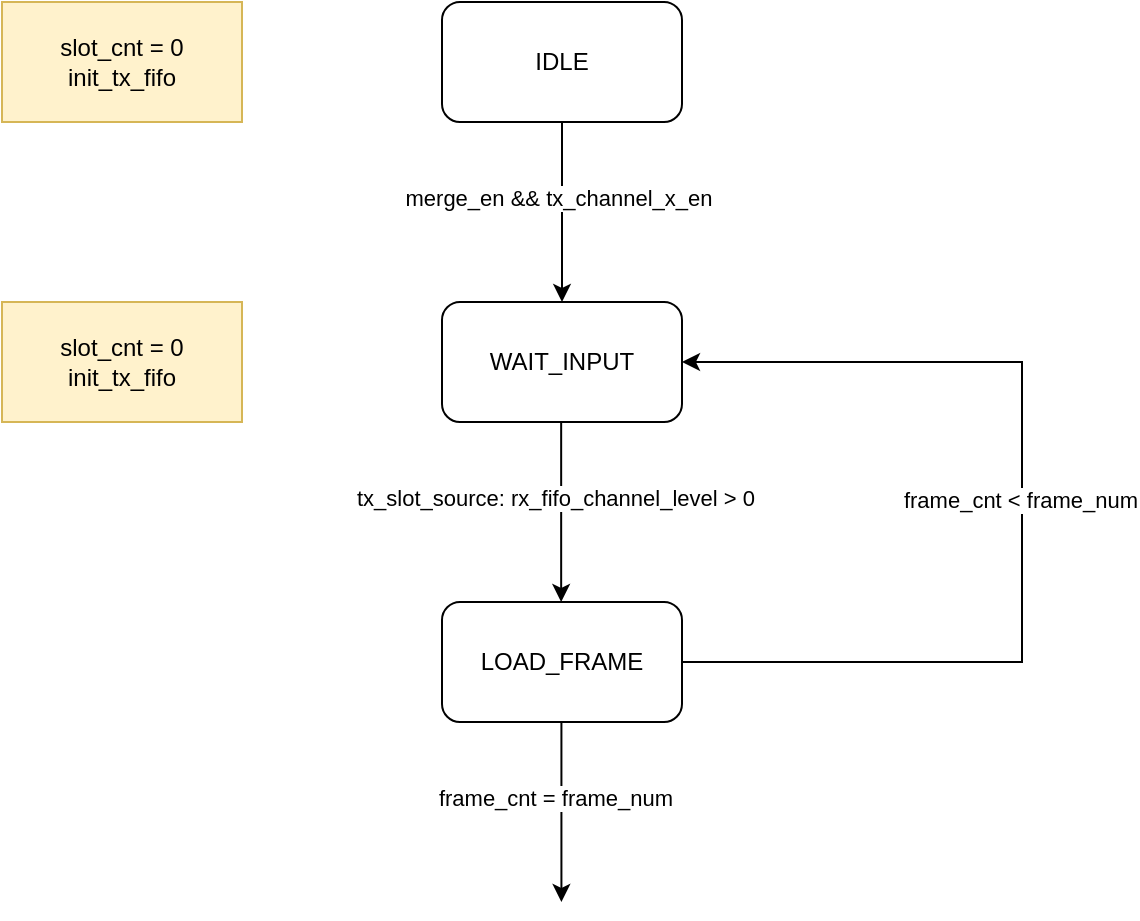
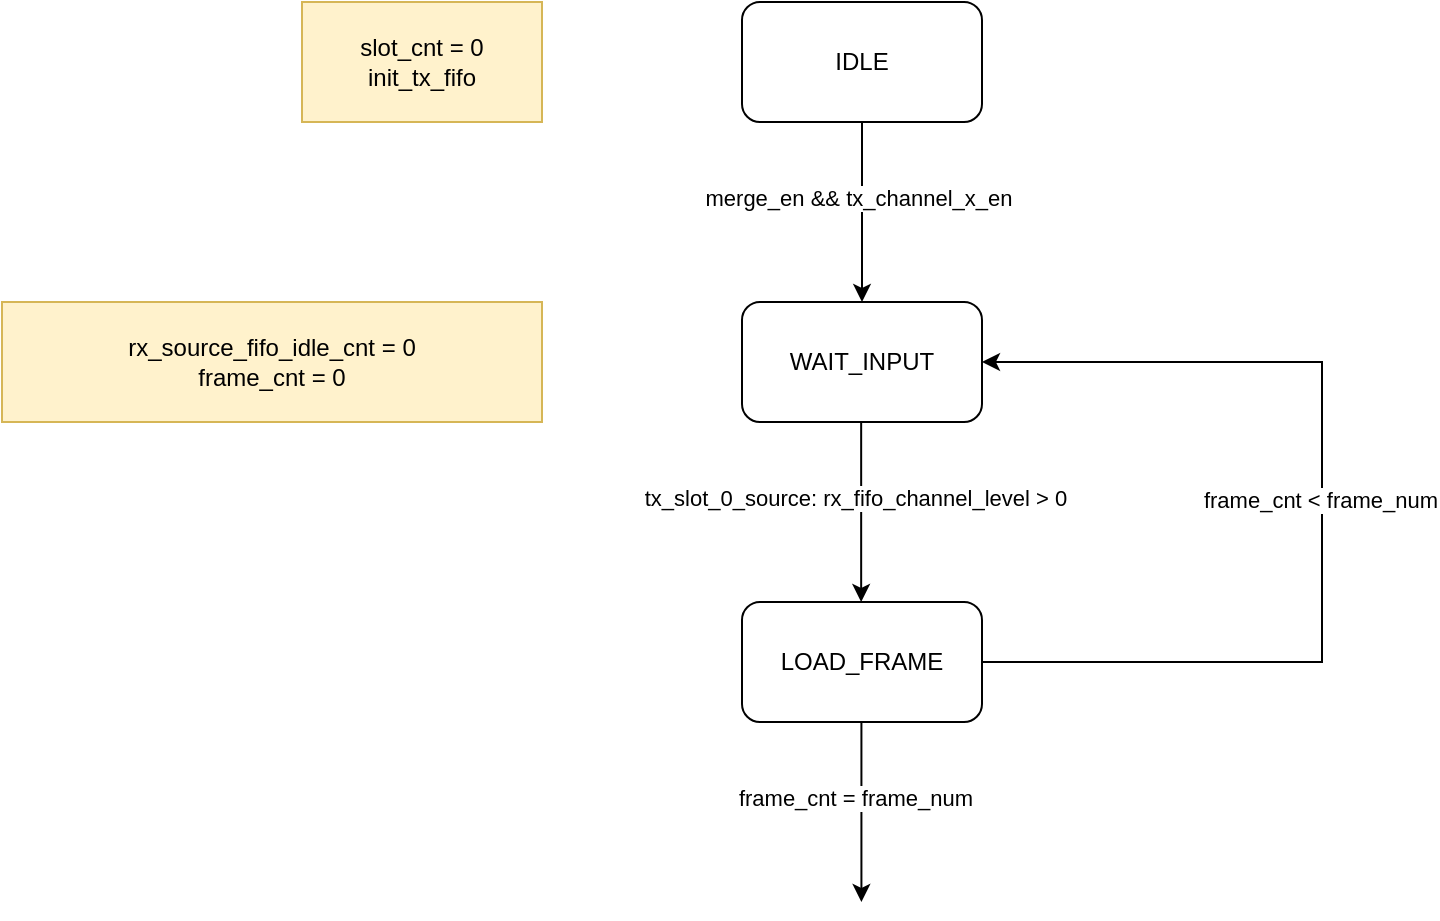
<mxfile host="app.diagrams.net">
  <diagram name="第 1 页" id="XjHAFqP7SQ1ti1ibUdli">
-     <mxGraphModel dx="595" dy="336" grid="1" gridSize="10" guides="1" tooltips="1" connect="1" arrows="1" fold="1" page="1" pageScale="1" pageWidth="827" pageHeight="1169" math="0" shadow="0">
+     <mxGraphModel dx="1422" dy="336" grid="1" gridSize="10" guides="1" tooltips="1" connect="1" arrows="1" fold="1" page="1" pageScale="1" pageWidth="827" pageHeight="1169" math="0" shadow="0">
      <root>
        <mxCell id="0" />
        <mxCell id="1" parent="0" />
        <mxCell id="F9P4_Q8i71CQrRzi8wBo-1" parent="1" style="rounded=1;whiteSpace=wrap;html=1;" value="IDLE" vertex="1">
          <mxGeometry height="60" width="120" x="330" y="60" as="geometry" />
        </mxCell>
        <mxCell id="F9P4_Q8i71CQrRzi8wBo-2" edge="1" parent="1" source="F9P4_Q8i71CQrRzi8wBo-1" style="endArrow=classic;html=1;rounded=0;exitX=0.5;exitY=1;exitDx=0;exitDy=0;" value="">
          <mxGeometry height="50" relative="1" width="50" as="geometry">
            <mxPoint x="400" y="240" as="sourcePoint" />
            <mxPoint x="390" y="210" as="targetPoint" />
          </mxGeometry>
        </mxCell>
        <mxCell id="F9P4_Q8i71CQrRzi8wBo-3" connectable="0" parent="F9P4_Q8i71CQrRzi8wBo-2" style="edgeLabel;html=1;align=center;verticalAlign=middle;resizable=0;points=[];" value="merge_en &amp;amp;&amp;amp; tx_channel_x_en" vertex="1">
          <mxGeometry relative="1" x="-0.163" y="-2" as="geometry">
            <mxPoint as="offset" />
          </mxGeometry>
        </mxCell>
        <mxCell id="F9P4_Q8i71CQrRzi8wBo-4" parent="1" style="rounded=1;whiteSpace=wrap;html=1;" value="WAIT_INPUT" vertex="1">
          <mxGeometry height="60" width="120" x="330" y="210" as="geometry" />
        </mxCell>
        <mxCell id="F9P4_Q8i71CQrRzi8wBo-5" edge="1" parent="1" style="endArrow=classic;html=1;rounded=0;exitX=0.5;exitY=1;exitDx=0;exitDy=0;" value="">
          <mxGeometry height="50" relative="1" width="50" as="geometry">
            <mxPoint x="389.58" y="270" as="sourcePoint" />
            <mxPoint x="389.58" y="360" as="targetPoint" />
          </mxGeometry>
        </mxCell>
-         <mxCell id="F9P4_Q8i71CQrRzi8wBo-6" connectable="0" parent="F9P4_Q8i71CQrRzi8wBo-5" style="edgeLabel;html=1;align=center;verticalAlign=middle;resizable=0;points=[];" value="tx_slot_source: rx_fifo_channel_level &amp;gt; 0&amp;nbsp;" vertex="1">
+         <mxCell id="F9P4_Q8i71CQrRzi8wBo-6" connectable="0" parent="F9P4_Q8i71CQrRzi8wBo-5" style="edgeLabel;html=1;align=center;verticalAlign=middle;resizable=0;points=[];" value="tx_slot_0_source: rx_fifo_channel_level &amp;gt; 0&amp;nbsp;" vertex="1">
          <mxGeometry relative="1" x="-0.163" y="-2" as="geometry">
            <mxPoint as="offset" />
          </mxGeometry>
        </mxCell>
        <mxCell id="F9P4_Q8i71CQrRzi8wBo-7" parent="1" style="rounded=1;whiteSpace=wrap;html=1;" value="LOAD_FRAME" vertex="1">
          <mxGeometry height="60" width="120" x="330" y="360" as="geometry" />
        </mxCell>
        <mxCell id="F9P4_Q8i71CQrRzi8wBo-8" edge="1" parent="1" source="F9P4_Q8i71CQrRzi8wBo-7" style="endArrow=classic;html=1;rounded=0;exitX=1;exitY=0.5;exitDx=0;exitDy=0;entryX=1;entryY=0.5;entryDx=0;entryDy=0;edgeStyle=orthogonalEdgeStyle;" target="F9P4_Q8i71CQrRzi8wBo-4" value="">
          <mxGeometry height="50" relative="1" width="50" as="geometry">
            <Array as="points">
              <mxPoint x="620" y="390" />
              <mxPoint x="620" y="240" />
            </Array>
            <mxPoint x="490" y="400" as="sourcePoint" />
            <mxPoint x="540" y="350" as="targetPoint" />
          </mxGeometry>
        </mxCell>
        <mxCell id="F9P4_Q8i71CQrRzi8wBo-9" connectable="0" parent="F9P4_Q8i71CQrRzi8wBo-8" style="edgeLabel;html=1;align=center;verticalAlign=middle;resizable=0;points=[];" value="frame_cnt &amp;lt; frame_num" vertex="1">
          <mxGeometry relative="1" x="0.0261" y="1" as="geometry">
            <mxPoint as="offset" />
          </mxGeometry>
        </mxCell>
        <mxCell id="F9P4_Q8i71CQrRzi8wBo-10" edge="1" parent="1" style="endArrow=classic;html=1;rounded=0;exitX=0.5;exitY=1;exitDx=0;exitDy=0;" value="">
          <mxGeometry height="50" relative="1" width="50" as="geometry">
            <mxPoint x="389.71" y="420" as="sourcePoint" />
            <mxPoint x="389.71" y="510" as="targetPoint" />
          </mxGeometry>
        </mxCell>
        <mxCell id="F9P4_Q8i71CQrRzi8wBo-11" connectable="0" parent="F9P4_Q8i71CQrRzi8wBo-10" style="edgeLabel;html=1;align=center;verticalAlign=middle;resizable=0;points=[];" value="frame_cnt = frame_num&amp;nbsp;" vertex="1">
          <mxGeometry relative="1" x="-0.163" y="-2" as="geometry">
            <mxPoint as="offset" />
          </mxGeometry>
        </mxCell>
        <mxCell id="6jK4qZs0-pzn6i_ATSWB-1" parent="1" style="rounded=0;whiteSpace=wrap;html=1;fillColor=#fff2cc;strokeColor=#d6b656;" value="slot_cnt = 0&lt;div&gt;init_tx_fifo&lt;/div&gt;" vertex="1">
          <mxGeometry height="60" width="120" x="110" y="60" as="geometry" />
        </mxCell>
-         <mxCell id="6jK4qZs0-pzn6i_ATSWB-7" parent="1" style="rounded=0;whiteSpace=wrap;html=1;fillColor=#fff2cc;strokeColor=#d6b656;" value="slot_cnt = 0&lt;div&gt;init_tx_fifo&lt;/div&gt;" vertex="1">
-           <mxGeometry height="60" width="120" x="110" y="210" as="geometry" />
+         <mxCell id="6jK4qZs0-pzn6i_ATSWB-7" parent="1" style="rounded=0;whiteSpace=wrap;html=1;fillColor=#fff2cc;strokeColor=#d6b656;" value="rx_source_fifo_idle_cnt = 0&lt;div&gt;frame_cnt = 0&lt;/div&gt;" vertex="1">
+           <mxGeometry height="60" width="270" x="-40" y="210" as="geometry" />
        </mxCell>
      </root>
    </mxGraphModel>
  </diagram>
</mxfile>
